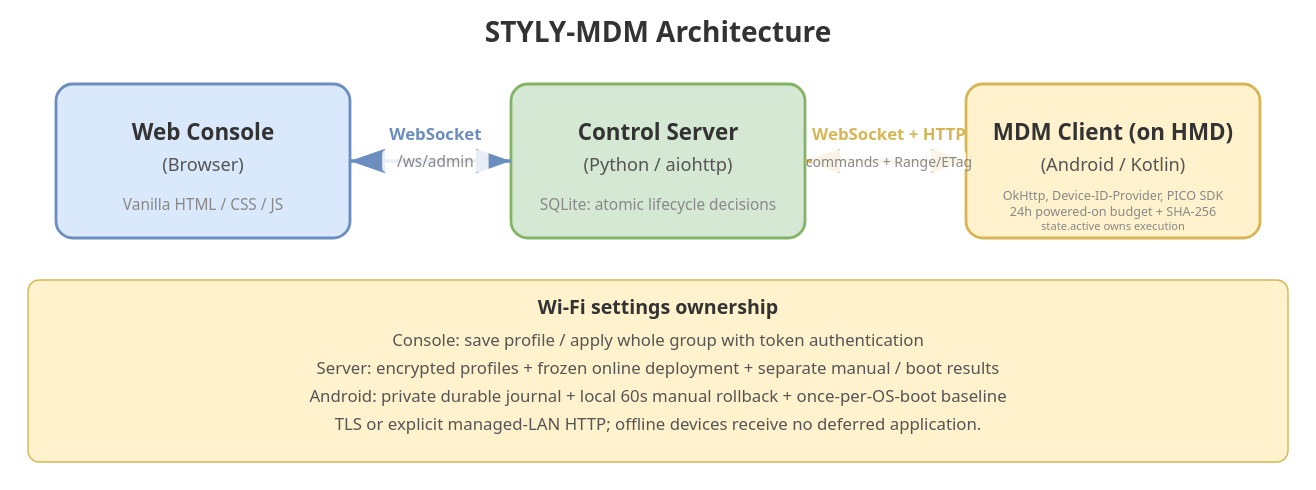
Earlier version of the draw.io export docs/architecture.drawio.svg (styly-dev/STYLY-MDM). Source tidied: cells renumbered, new cells last; positions are measured from the earlier drawing's top-left corner, leaving out a move shared by most shapes.
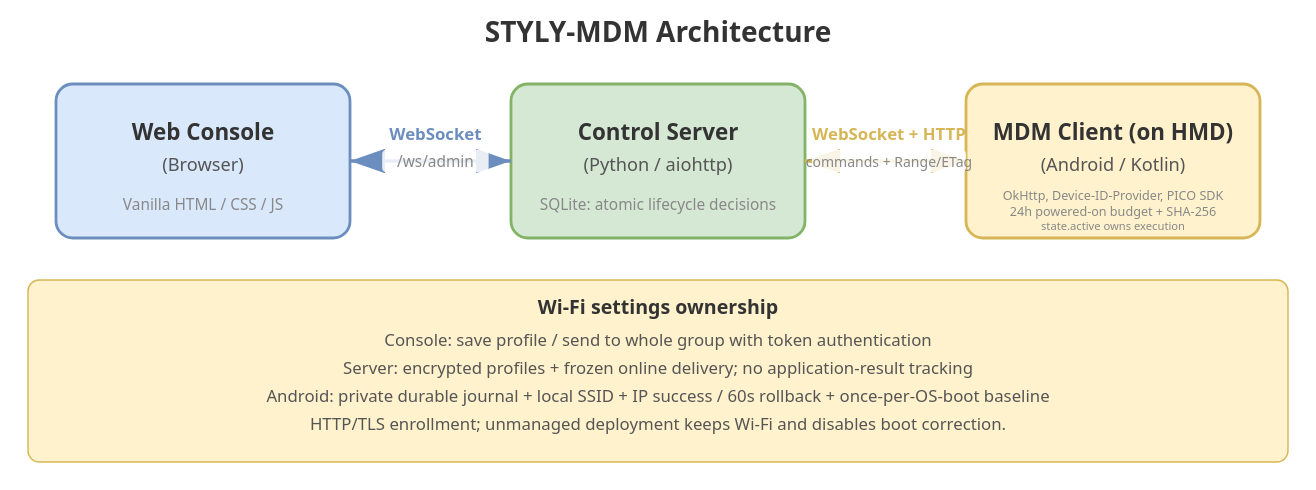
The same diagram one commit later.

Diff of the diagram source:
```diff
@@ -44,7 +44,7 @@
     <mxCell id="15" value="&lt;font style=&quot;font-size:16px&quot;&gt;&lt;b&gt;STYLY-MDM Architecture&lt;/b&gt;&lt;/font&gt;" style="text;html=1;align=center;verticalAlign=middle;" parent="1" vertex="1">
       <mxGeometry x="330" width="240" height="40" as="geometry" />
     </mxCell>
-    <mxCell id="16" value="&lt;b&gt;Wi-Fi settings ownership&lt;/b&gt;&lt;br&gt;Console: save profile / apply whole group with token authentication&lt;br&gt;Server: encrypted profiles + frozen online deployment + separate manual / boot results&lt;br&gt;Android: private durable journal + local 60s manual rollback + once-per-OS-boot baseline&lt;br&gt;TLS or explicit managed-LAN HTTP; offline devices receive no deferred application." style="rounded=1;whiteSpace=wrap;html=1;fillColor=#fff2cc;strokeColor=#d6b656;fontSize=12;align=center;" parent="1" vertex="1">
+    <mxCell id="16" value="&lt;b&gt;Wi-Fi settings ownership&lt;/b&gt;&lt;br&gt;Console: save profile / send to whole group with token authentication&lt;br&gt;Server: encrypted profiles + frozen online delivery; no application-result tracking&lt;br&gt;Android: private durable journal + local SSID + IP success / 60s rollback + once-per-OS-boot baseline&lt;br&gt;HTTP/TLS enrollment; unmanaged deployment keeps Wi-Fi and disables boot correction." style="rounded=1;whiteSpace=wrap;html=1;fillColor=#fff2cc;strokeColor=#d6b656;fontSize=12;align=center;" parent="1" vertex="1">
       <mxGeometry y="180" width="900" height="130" as="geometry" />
     </mxCell>
   </root>
```
